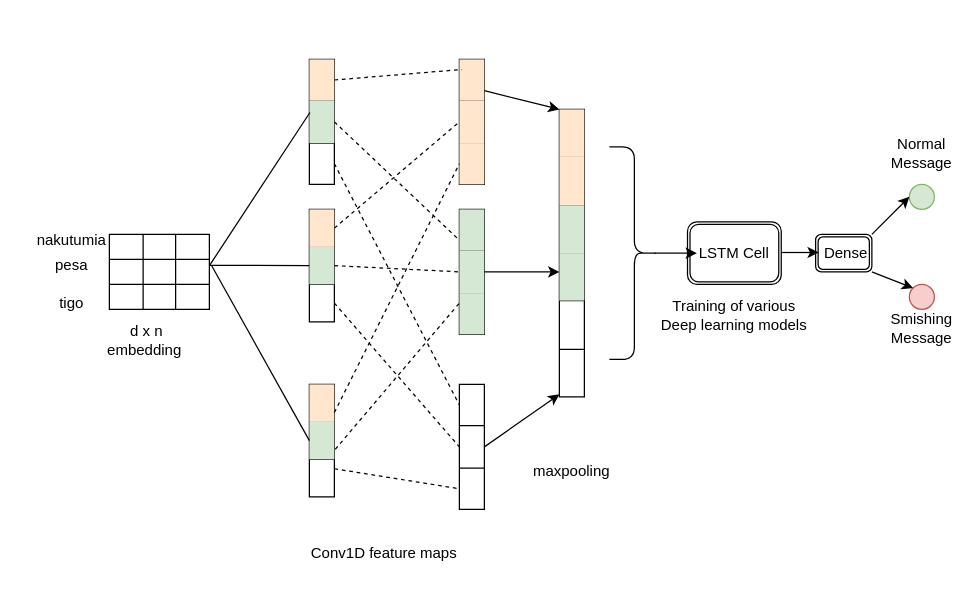
Above: Untitled Diagram.drawio in codeflickr/mobApp (draw.io), before the change. Source tidied: cells renumbered, new cells numbered last; positions are measured from the earlier drawing's top-left corner, leaving out a move shared by most shapes. Both pictures are drawn from the tidied source at 125%, with x=0, y=0 at pixel (34, 59).
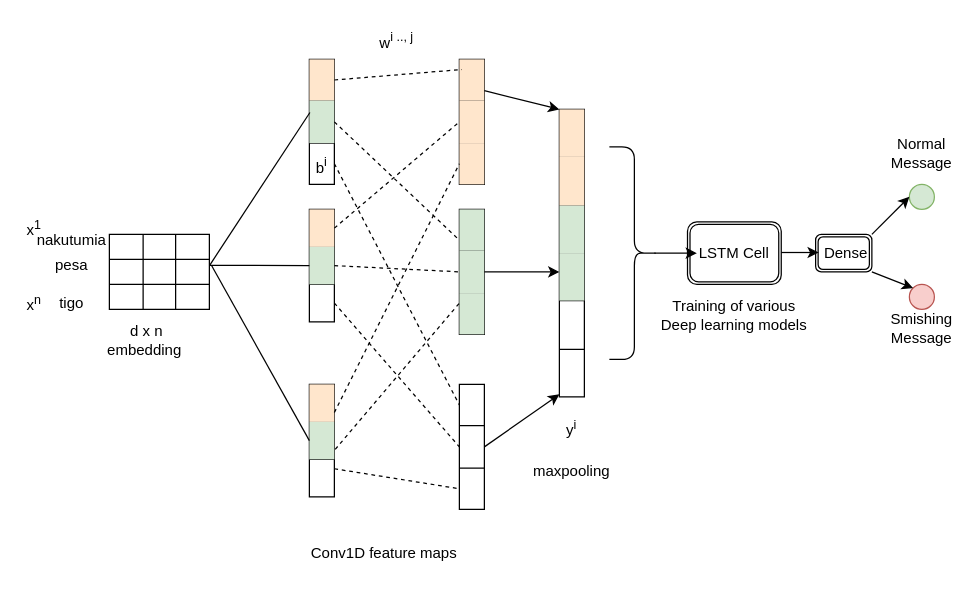
The same diagram, later.

The edit, as a diff of the source:
```diff
@@
+    <mxCell id="105" value="x&lt;sup&gt;1&lt;/sup&gt;" style="text;html=1;strokeColor=none;fillColor=none;align=center;verticalAlign=middle;whiteSpace=wrap;rounded=0;" parent="1" vertex="1">
+      <mxGeometry x="-10" y="120" width="20" height="30" as="geometry" />
+    </mxCell>
+    <mxCell id="106" value="x&lt;sup&gt;n&lt;/sup&gt;" style="text;html=1;strokeColor=none;fillColor=none;align=center;verticalAlign=middle;whiteSpace=wrap;rounded=0;" parent="1" vertex="1">
+      <mxGeometry x="-10" y="180" width="20" height="30" as="geometry" />
+    </mxCell>
+    <mxCell id="107" value="b&lt;sup&gt;i&lt;/sup&gt;" style="text;html=1;strokeColor=none;fillColor=none;align=center;verticalAlign=middle;whiteSpace=wrap;rounded=0;" parent="1" vertex="1">
+      <mxGeometry x="220" y="70" width="20" height="30" as="geometry" />
+    </mxCell>
+    <mxCell id="108" value="y&lt;sup&gt;i&lt;/sup&gt;" style="text;html=1;strokeColor=none;fillColor=none;align=center;verticalAlign=middle;whiteSpace=wrap;rounded=0;" parent="1" vertex="1">
+      <mxGeometry x="420" y="280" width="20" height="30" as="geometry" />
+    </mxCell>
+    <mxCell id="109" value="w&lt;sup&gt;i .., j&lt;/sup&gt;" style="text;html=1;strokeColor=none;fillColor=none;align=center;verticalAlign=middle;whiteSpace=wrap;rounded=0;" parent="1" vertex="1">
+      <mxGeometry x="260" y="-30" width="60" height="30" as="geometry" />
+    </mxCell>
```
